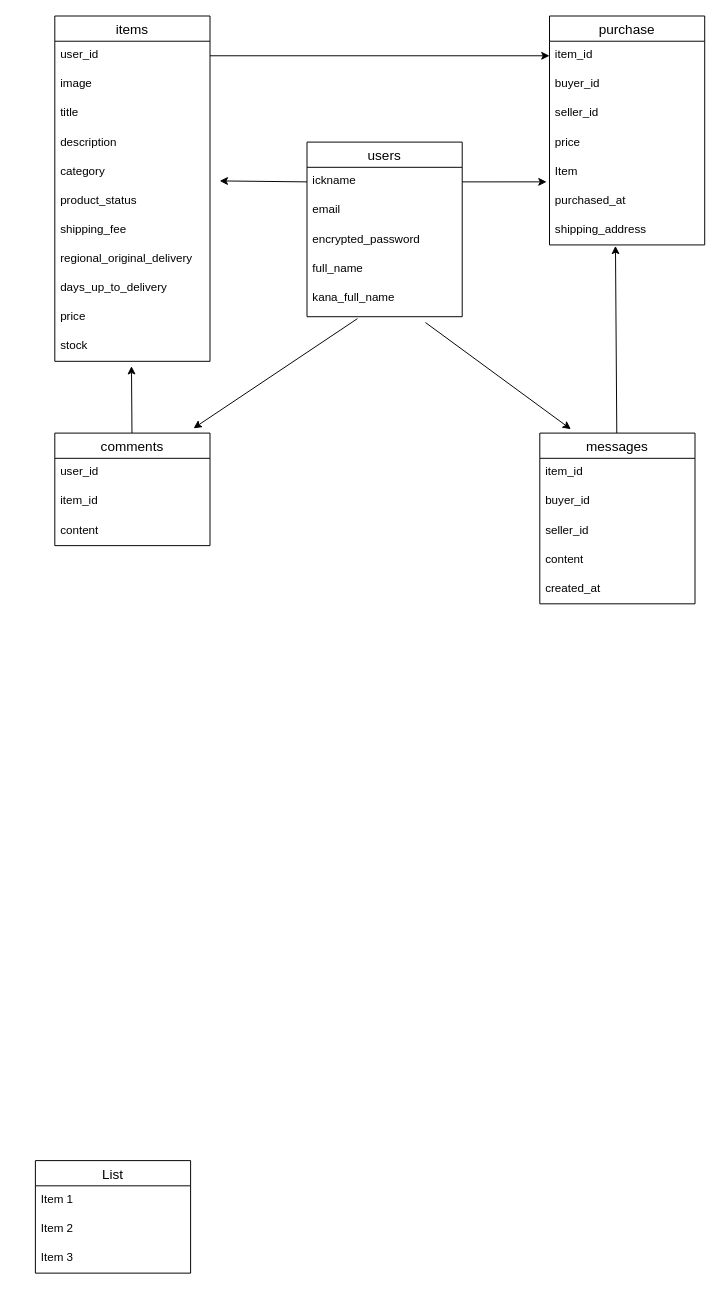
The draw.io diagram FURIMA.dio in rita-yuki/furima-41355, before the edit. Source tidied: cells renumbered, new cells numbered last; positions are measured from the earlier drawing's top-left corner, leaving out a move shared by most shapes. Both pictures are drawn from the tidied source at 97%, with x=0, y=0 at pixel (35, 16).
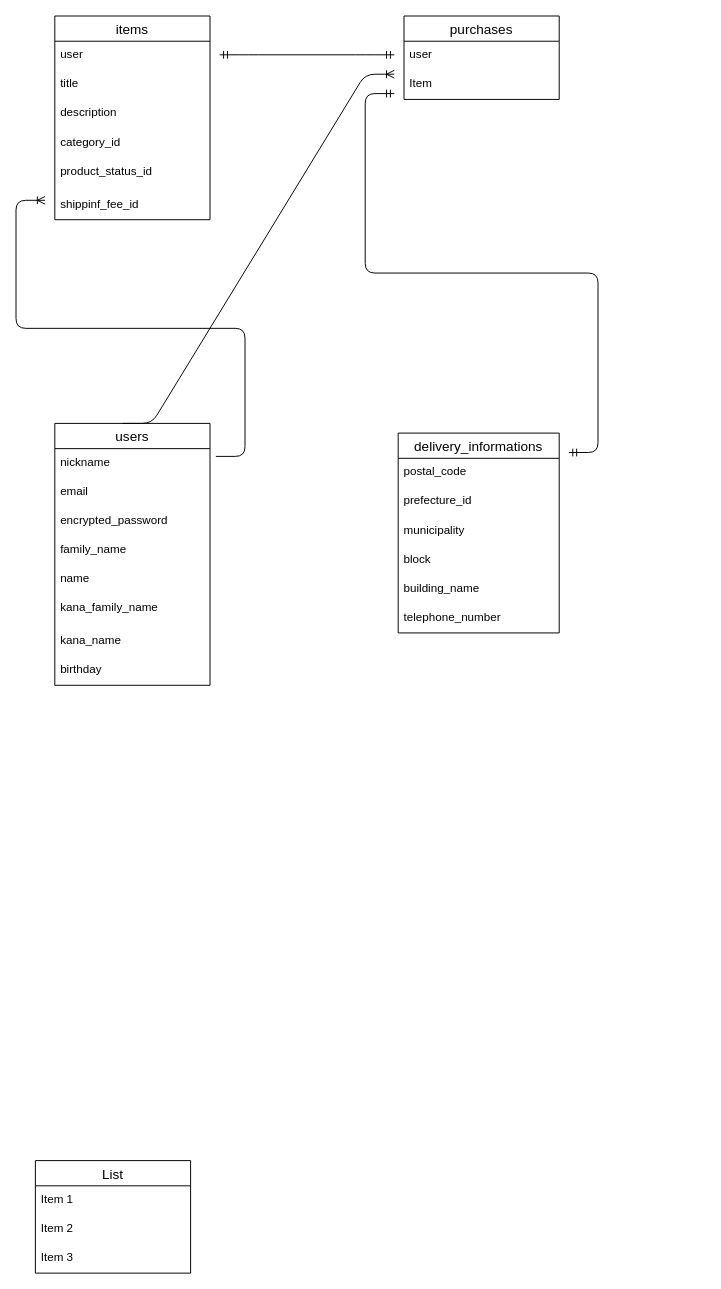
The same diagram, later.

Commit message (it also covers changes not shown here):
テーブル、カラム、アソシエーション修正

Diff of the diagram source:
```diff
@@
     <mxCell id="2" value="users" style="swimlane;fontStyle=0;horizontal=1;startSize=26;align=center;fontSize=14;" parent="1" vertex="1">
-      <mxGeometry x="280" y="130" width="160" height="180" as="geometry" />
+      <mxGeometry x="20" y="420" width="160" height="270" as="geometry" />
     </mxCell>
-    <mxCell id="3" value="ickname" style="text;strokeColor=none;fillColor=none;spacingLeft=4;spacingRight=4;overflow=hidden;points=[[0,0.5],[1,0.5]];portConstraint=eastwest;fontSize=12;" parent="2" vertex="1">
+    <mxCell id="3" value="nickname" style="text;strokeColor=none;fillColor=none;spacingLeft=4;spacingRight=4;overflow=hidden;points=[[0,0.5],[1,0.5]];portConstraint=eastwest;fontSize=12;" parent="2" vertex="1">
       <mxGeometry y="26" width="160" height="30" as="geometry" />
     </mxCell>
@@
-    <mxCell id="6" value="full_name" style="text;strokeColor=none;fillColor=none;spacingLeft=4;spacingRight=4;overflow=hidden;fontSize=12;" parent="2" vertex="1">
+    <mxCell id="6" value="family_name" style="text;strokeColor=none;fillColor=none;spacingLeft=4;spacingRight=4;overflow=hidden;fontSize=12;" parent="2" vertex="1">
       <mxGeometry y="116" width="160" height="30" as="geometry" />
     </mxCell>
+    <mxCell id="51" value="name" style="text;strokeColor=none;fillColor=none;spacingLeft=4;spacingRight=4;overflow=hidden;fontSize=12;" parent="2" vertex="1">
+      <mxGeometry y="146" width="160" height="30" as="geometry" />
+    </mxCell>
-    <mxCell id="7" value="kana_full_name" style="text;strokeColor=none;fillColor=none;spacingLeft=4;spacingRight=4;overflow=hidden;points=[[0,0.5],[1,0.5]];portConstraint=eastwest;fontSize=12;" parent="2" vertex="1">
-      <mxGeometry y="146" width="160" height="34" as="geometry" />
+    <mxCell id="7" value="kana_family_name" style="text;strokeColor=none;fillColor=none;spacingLeft=4;spacingRight=4;overflow=hidden;points=[[0,0.5],[1,0.5]];portConstraint=eastwest;fontSize=12;" parent="2" vertex="1">
+      <mxGeometry y="176" width="160" height="34" as="geometry" />
     </mxCell>
+    <mxCell id="52" value="kana_name" style="text;strokeColor=none;fillColor=none;spacingLeft=4;spacingRight=4;overflow=hidden;fontSize=12;" parent="2" vertex="1">
+      <mxGeometry y="210" width="160" height="30" as="geometry" />
+    </mxCell>
+    <mxCell id="53" value="birthday" style="text;strokeColor=none;fillColor=none;spacingLeft=4;spacingRight=4;overflow=hidden;fontSize=12;" parent="2" vertex="1">
+      <mxGeometry y="240" width="160" height="30" as="geometry" />
+    </mxCell>
     <mxCell id="8" value="items" style="swimlane;fontStyle=0;horizontal=1;startSize=26;align=center;fontSize=14;" parent="1" vertex="1">
-      <mxGeometry x="20" width="160" height="356" as="geometry" />
+      <mxGeometry x="20" width="160" height="210" as="geometry" />
     </mxCell>
-    <mxCell id="9" value="user_id" style="text;strokeColor=none;fillColor=none;spacingLeft=4;spacingRight=4;overflow=hidden;points=[[0,0.5],[1,0.5]];portConstraint=eastwest;fontSize=12;" parent="8" vertex="1">
+    <mxCell id="9" value="user" style="text;strokeColor=none;fillColor=none;spacingLeft=4;spacingRight=4;overflow=hidden;points=[[0,0.5],[1,0.5]];portConstraint=eastwest;fontSize=12;" parent="8" vertex="1">
       <mxGeometry y="26" width="160" height="30" as="geometry" />
     </mxCell>
-    <mxCell id="10" value="image" style="text;strokeColor=none;fillColor=none;spacingLeft=4;spacingRight=4;overflow=hidden;fontSize=12;" parent="8" vertex="1">
-      <mxGeometry y="56" width="160" height="30" as="geometry" />
-    </mxCell>
     <mxCell id="11" value="title" style="text;strokeColor=none;fillColor=none;spacingLeft=4;spacingRight=4;overflow=hidden;fontSize=12;" parent="8" vertex="1">
-      <mxGeometry y="86" width="160" height="30" as="geometry" />
+      <mxGeometry y="56" width="160" height="30" as="geometry" />
     </mxCell>
     <mxCell id="12" value="description  " style="text;strokeColor=none;fillColor=none;spacingLeft=4;spacingRight=4;overflow=hidden;fontSize=12;" parent="8" vertex="1">
-      <mxGeometry y="116" width="160" height="30" as="geometry" />
+      <mxGeometry y="86" width="160" height="30" as="geometry" />
     </mxCell>
-    <mxCell id="13" value="category" style="text;strokeColor=none;fillColor=none;spacingLeft=4;spacingRight=4;overflow=hidden;fontSize=12;" parent="8" vertex="1">
-      <mxGeometry y="146" width="160" height="30" as="geometry" />
+    <mxCell id="13" value="category_id" style="text;strokeColor=none;fillColor=none;spacingLeft=4;spacingRight=4;overflow=hidden;fontSize=12;" parent="8" vertex="1">
+      <mxGeometry y="116" width="160" height="30" as="geometry" />
     </mxCell>
-    <mxCell id="14" value="product_status" style="text;strokeColor=none;fillColor=none;spacingLeft=4;spacingRight=4;overflow=hidden;fontSize=12;" parent="8" vertex="1">
-      <mxGeometry y="176" width="160" height="30" as="geometry" />
+    <mxCell id="14" value="product_status_id" style="text;strokeColor=none;fillColor=none;spacingLeft=4;spacingRight=4;overflow=hidden;fontSize=12;" parent="8" vertex="1">
+      <mxGeometry y="146" width="160" height="34" as="geometry" />
     </mxCell>
-    <mxCell id="15" value="shipping_fee" style="text;strokeColor=none;fillColor=none;spacingLeft=4;spacingRight=4;overflow=hidden;fontSize=12;" parent="8" vertex="1">
-      <mxGeometry y="206" width="160" height="30" as="geometry" />
+    <mxCell id="15" value="shippinf_fee_id" style="text;strokeColor=none;fillColor=none;spacingLeft=4;spacingRight=4;overflow=hidden;fontSize=12;" parent="8" vertex="1">
+      <mxGeometry y="180" width="160" height="30" as="geometry" />
     </mxCell>
-    <mxCell id="16" value="regional_original_delivery" style="text;strokeColor=none;fillColor=none;spacingLeft=4;spacingRight=4;overflow=hidden;fontSize=12;" parent="8" vertex="1">
-      <mxGeometry y="236" width="160" height="30" as="geometry" />
-    </mxCell>
-    <mxCell id="17" value="days_up_to_delivery" style="text;strokeColor=none;fillColor=none;spacingLeft=4;spacingRight=4;overflow=hidden;fontSize=12;" parent="8" vertex="1">
-      <mxGeometry y="266" width="160" height="30" as="geometry" />
-    </mxCell>
-    <mxCell id="18" value="price" style="text;strokeColor=none;fillColor=none;spacingLeft=4;spacingRight=4;overflow=hidden;fontSize=12;" parent="8" vertex="1">
-      <mxGeometry y="296" width="160" height="30" as="geometry" />
-    </mxCell>
-    <mxCell id="19" value="stock" style="text;strokeColor=none;fillColor=none;spacingLeft=4;spacingRight=4;overflow=hidden;points=[[0,0.5],[1,0.5]];portConstraint=eastwest;fontSize=12;" parent="8" vertex="1">
-      <mxGeometry y="326" width="160" height="30" as="geometry" />
-    </mxCell>
-    <mxCell id="20" value="purchase" style="swimlane;fontStyle=0;horizontal=1;startSize=26;align=center;fontSize=14;" parent="1" vertex="1">
-      <mxGeometry x="530" width="160" height="236" as="geometry" />
+    <mxCell id="20" value="purchases" style="swimlane;fontStyle=0;horizontal=1;startSize=26;align=center;fontSize=14;" parent="1" vertex="1">
+      <mxGeometry x="380" width="160" height="86" as="geometry" />
     </mxCell>
-    <mxCell id="21" value="item_id" style="text;strokeColor=none;fillColor=none;spacingLeft=4;spacingRight=4;overflow=hidden;points=[[0,0.5],[1,0.5]];portConstraint=eastwest;fontSize=12;" parent="20" vertex="1">
+    <mxCell id="21" value="user" style="text;strokeColor=none;fillColor=none;spacingLeft=4;spacingRight=4;overflow=hidden;points=[[0,0.5],[1,0.5]];portConstraint=eastwest;fontSize=12;" parent="20" vertex="1">
       <mxGeometry y="26" width="160" height="30" as="geometry" />
     </mxCell>
-    <mxCell id="22" value="buyer_id" style="text;strokeColor=none;fillColor=none;spacingLeft=4;spacingRight=4;overflow=hidden;fontSize=12;" parent="20" vertex="1">
-      <mxGeometry y="56" width="160" height="30" as="geometry" />
-    </mxCell>
-    <mxCell id="23" value="seller_id" style="text;strokeColor=none;fillColor=none;spacingLeft=4;spacingRight=4;overflow=hidden;fontSize=12;" parent="20" vertex="1">
-      <mxGeometry y="86" width="160" height="30" as="geometry" />
-    </mxCell>
-    <mxCell id="24" value="price" style="text;strokeColor=none;fillColor=none;spacingLeft=4;spacingRight=4;overflow=hidden;fontSize=12;" parent="20" vertex="1">
-      <mxGeometry y="116" width="160" height="30" as="geometry" />
-    </mxCell>
     <mxCell id="25" value="Item" style="text;strokeColor=none;fillColor=none;spacingLeft=4;spacingRight=4;overflow=hidden;points=[[0,0.5],[1,0.5]];portConstraint=eastwest;fontSize=12;" parent="20" vertex="1">
-      <mxGeometry y="146" width="160" height="30" as="geometry" />
+      <mxGeometry y="56" width="160" height="30" as="geometry" />
     </mxCell>
-    <mxCell id="26" value="purchased_at" style="text;strokeColor=none;fillColor=none;spacingLeft=4;spacingRight=4;overflow=hidden;fontSize=12;" parent="20" vertex="1">
-      <mxGeometry y="176" width="160" height="30" as="geometry" />
-    </mxCell>
-    <mxCell id="27" value="shipping_address" style="text;strokeColor=none;fillColor=none;spacingLeft=4;spacingRight=4;overflow=hidden;points=[[0,0.5],[1,0.5]];portConstraint=eastwest;fontSize=12;" parent="20" vertex="1">
-      <mxGeometry y="206" width="160" height="30" as="geometry" />
-    </mxCell>
-    <mxCell id="28" style="edgeStyle=none;html=1;exitX=0.5;exitY=0;exitDx=0;exitDy=0;entryX=0.5;entryY=0;entryDx=0;entryDy=0;" parent="1" edge="1" source="30" target="30">
-      <mxGeometry relative="1" as="geometry" />
+    <mxCell id="28" style="edgeStyle=none;html=1;exitX=0.5;exitY=0;exitDx=0;exitDy=0;entryX=0.5;entryY=0;entryDx=0;entryDy=0;" parent="1" edge="1">
+      <mxGeometry relative="1" as="geometry">
+        <mxPoint x="100" y="430" as="sourcePoint" />
+        <mxPoint x="100" y="430" as="targetPoint" />
+      </mxGeometry>
     </mxCell>
-    <mxCell id="29" style="edgeStyle=none;html=1;entryX=0.494;entryY=1.167;entryDx=0;entryDy=0;entryPerimeter=0;" parent="1" edge="1" source="30" target="19">
-      <mxGeometry relative="1" as="geometry" />
-    </mxCell>
-    <mxCell id="30" value="comments" style="swimlane;fontStyle=0;horizontal=1;startSize=26;align=center;fontSize=14;" parent="1" vertex="1">
-      <mxGeometry x="20" y="430" width="160" height="116" as="geometry" />
-    </mxCell>
-    <mxCell id="31" value="user_id" style="text;strokeColor=none;fillColor=none;spacingLeft=4;spacingRight=4;overflow=hidden;fontSize=12;" parent="30" vertex="1">
-      <mxGeometry y="26" width="160" height="30" as="geometry" />
-    </mxCell>
-    <mxCell id="32" value="item_id" style="text;strokeColor=none;fillColor=none;spacingLeft=4;spacingRight=4;overflow=hidden;fontSize=12;" parent="30" vertex="1">
-      <mxGeometry y="56" width="160" height="30" as="geometry" />
-    </mxCell>
-    <mxCell id="33" value="content" style="text;strokeColor=none;fillColor=none;spacingLeft=4;spacingRight=4;overflow=hidden;fontSize=12;" parent="30" vertex="1">
-      <mxGeometry y="86" width="160" height="30" as="geometry" />
-    </mxCell>
@@
-    <mxCell id="38" style="edgeStyle=none;html=1;entryX=0.425;entryY=1.033;entryDx=0;entryDy=0;entryPerimeter=0;" parent="1" edge="1" source="39" target="27">
-      <mxGeometry relative="1" as="geometry" />
-    </mxCell>
-    <mxCell id="39" value="messages" style="swimlane;fontStyle=0;horizontal=1;startSize=26;align=center;fontSize=14;" parent="1" vertex="1">
-      <mxGeometry x="520" y="430" width="160" height="176" as="geometry" />
+    <mxCell id="39" value="delivery_informations" style="swimlane;fontStyle=0;horizontal=1;startSize=26;align=center;fontSize=14;" parent="1" vertex="1">
+      <mxGeometry x="374" y="430" width="166" height="206" as="geometry" />
     </mxCell>
-    <mxCell id="40" value="item_id" style="text;strokeColor=none;fillColor=none;spacingLeft=4;spacingRight=4;overflow=hidden;fontSize=12;" parent="39" vertex="1">
-      <mxGeometry y="26" width="160" height="30" as="geometry" />
+    <mxCell id="40" value="postal_code" style="text;strokeColor=none;fillColor=none;spacingLeft=4;spacingRight=4;overflow=hidden;fontSize=12;" parent="39" vertex="1">
+      <mxGeometry y="26" width="166" height="30" as="geometry" />
     </mxCell>
-    <mxCell id="41" value="buyer_id" style="text;strokeColor=none;fillColor=none;spacingLeft=4;spacingRight=4;overflow=hidden;fontSize=12;" parent="39" vertex="1">
-      <mxGeometry y="56" width="160" height="30" as="geometry" />
-    </mxCell>
-    <mxCell id="42" value="seller_id" style="text;strokeColor=none;fillColor=none;spacingLeft=4;spacingRight=4;overflow=hidden;fontSize=12;" parent="39" vertex="1">
-      <mxGeometry y="86" width="160" height="30" as="geometry" />
+    <mxCell id="42" value="prefecture_id" style="text;strokeColor=none;fillColor=none;spacingLeft=4;spacingRight=4;overflow=hidden;fontSize=12;" parent="39" vertex="1">
+      <mxGeometry y="56" width="166" height="30" as="geometry" />
     </mxCell>
-    <mxCell id="43" value="content" style="text;strokeColor=none;fillColor=none;spacingLeft=4;spacingRight=4;overflow=hidden;fontSize=12;" parent="39" vertex="1">
-      <mxGeometry y="116" width="160" height="30" as="geometry" />
+    <mxCell id="43" value="municipality" style="text;strokeColor=none;fillColor=none;spacingLeft=4;spacingRight=4;overflow=hidden;fontSize=12;" parent="39" vertex="1">
+      <mxGeometry y="86" width="166" height="30" as="geometry" />
     </mxCell>
-    <mxCell id="44" value="created_at" style="text;strokeColor=none;fillColor=none;spacingLeft=4;spacingRight=4;overflow=hidden;fontSize=12;" parent="39" vertex="1">
-      <mxGeometry y="146" width="160" height="30" as="geometry" />
+    <mxCell id="44" value="block" style="text;strokeColor=none;fillColor=none;spacingLeft=4;spacingRight=4;overflow=hidden;fontSize=12;" parent="39" vertex="1">
+      <mxGeometry y="116" width="166" height="30" as="geometry" />
     </mxCell>
+    <mxCell id="54" value="building_name" style="text;strokeColor=none;fillColor=none;spacingLeft=4;spacingRight=4;overflow=hidden;fontSize=12;" parent="39" vertex="1">
+      <mxGeometry y="146" width="166" height="30" as="geometry" />
+    </mxCell>
+    <mxCell id="55" value="telephone_number" style="text;strokeColor=none;fillColor=none;spacingLeft=4;spacingRight=4;overflow=hidden;fontSize=12;" parent="39" vertex="1">
+      <mxGeometry y="176" width="166" height="30" as="geometry" />
+    </mxCell>
@@
-    <mxCell id="46" style="edgeStyle=none;html=1;exitX=1;exitY=0.5;exitDx=0;exitDy=0;entryX=-0.019;entryY=0.833;entryDx=0;entryDy=0;entryPerimeter=0;" parent="1" edge="1" source="3" target="25">
-      <mxGeometry relative="1" as="geometry" />
-    </mxCell>
-    <mxCell id="47" style="edgeStyle=none;html=1;exitX=0.763;exitY=1.176;exitDx=0;exitDy=0;entryX=0.2;entryY=-0.023;entryDx=0;entryDy=0;entryPerimeter=0;exitPerimeter=0;" parent="1" edge="1" source="7" target="39">
-      <mxGeometry relative="1" as="geometry" />
-    </mxCell>
-    <mxCell id="48" style="edgeStyle=none;html=1;exitX=0;exitY=0.5;exitDx=0;exitDy=0;" parent="1" edge="1" source="3">
-      <mxGeometry relative="1" as="geometry">
-        <mxPoint x="190" y="170" as="targetPoint" />
-      </mxGeometry>
-    </mxCell>
-    <mxCell id="49" style="edgeStyle=none;html=1;entryX=0.894;entryY=-0.043;entryDx=0;entryDy=0;entryPerimeter=0;exitX=0.325;exitY=1.059;exitDx=0;exitDy=0;exitPerimeter=0;" parent="1" edge="1" source="7" target="30">
-      <mxGeometry relative="1" as="geometry" />
-    </mxCell>
-    <mxCell id="50" style="edgeStyle=none;html=1;exitX=1;exitY=0.5;exitDx=0;exitDy=0;entryX=0;entryY=0.5;entryDx=0;entryDy=0;" parent="1" edge="1" source="9" target="21">
-      <mxGeometry relative="1" as="geometry" />
-    </mxCell>
+    <mxCell id="56" style="edgeStyle=entityRelationEdgeStyle;fontSize=12;html=1;endArrow=ERoneToMany;exitX=1.038;exitY=0.267;exitDx=0;exitDy=0;exitPerimeter=0;" parent="1" edge="1" source="3">
+      <mxGeometry relative="1" as="geometry">
+        <mxPoint x="10" y="190" as="targetPoint" />
+      </mxGeometry>
+    </mxCell>
+    <mxCell id="57" style="edgeStyle=entityRelationEdgeStyle;fontSize=12;html=1;endArrow=ERoneToMany;exitX=0.438;exitY=0;exitDx=0;exitDy=0;exitPerimeter=0;" parent="1" edge="1" source="2">
+      <mxGeometry relative="1" as="geometry">
+        <mxPoint x="370" y="60" as="targetPoint" />
+      </mxGeometry>
+    </mxCell>
+    <mxCell id="58" style="edgeStyle=entityRelationEdgeStyle;fontSize=12;html=1;endArrow=ERmandOne;startArrow=ERmandOne;" parent="1" edge="1">
+      <mxGeometry relative="1" as="geometry">
+        <mxPoint x="190" y="40" as="sourcePoint" />
+        <mxPoint x="370" y="40" as="targetPoint" />
+      </mxGeometry>
+    </mxCell>
+    <mxCell id="59" style="edgeStyle=entityRelationEdgeStyle;fontSize=12;html=1;endArrow=ERmandOne;startArrow=ERmandOne;" parent="1" edge="1">
+      <mxGeometry relative="1" as="geometry">
+        <mxPoint x="550" y="450" as="sourcePoint" />
+        <mxPoint x="370" y="80" as="targetPoint" />
+      </mxGeometry>
+    </mxCell>
```
